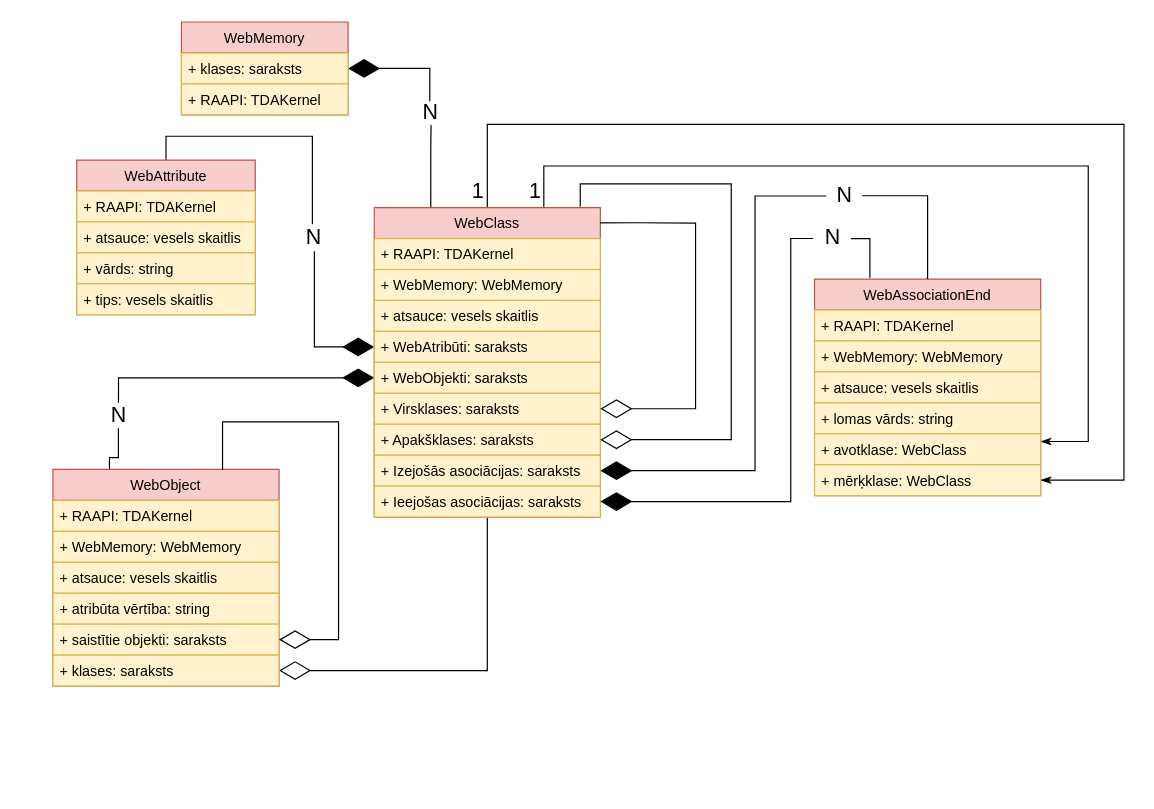
The draw.io diagram page "Datu struktūras" (2 of 10) of src/Kvalifikacijas darbs/Diagrammas/WebMemory.drawio in artiks12/webAppOS, before the edit. Source tidied: cells renumbered, new cells numbered last; positions are measured from the earlier drawing's top-left corner, leaving out a move shared by most shapes. Both pictures are drawn from the tidied source at 119%, with x=0, y=0 at pixel (52, 21).
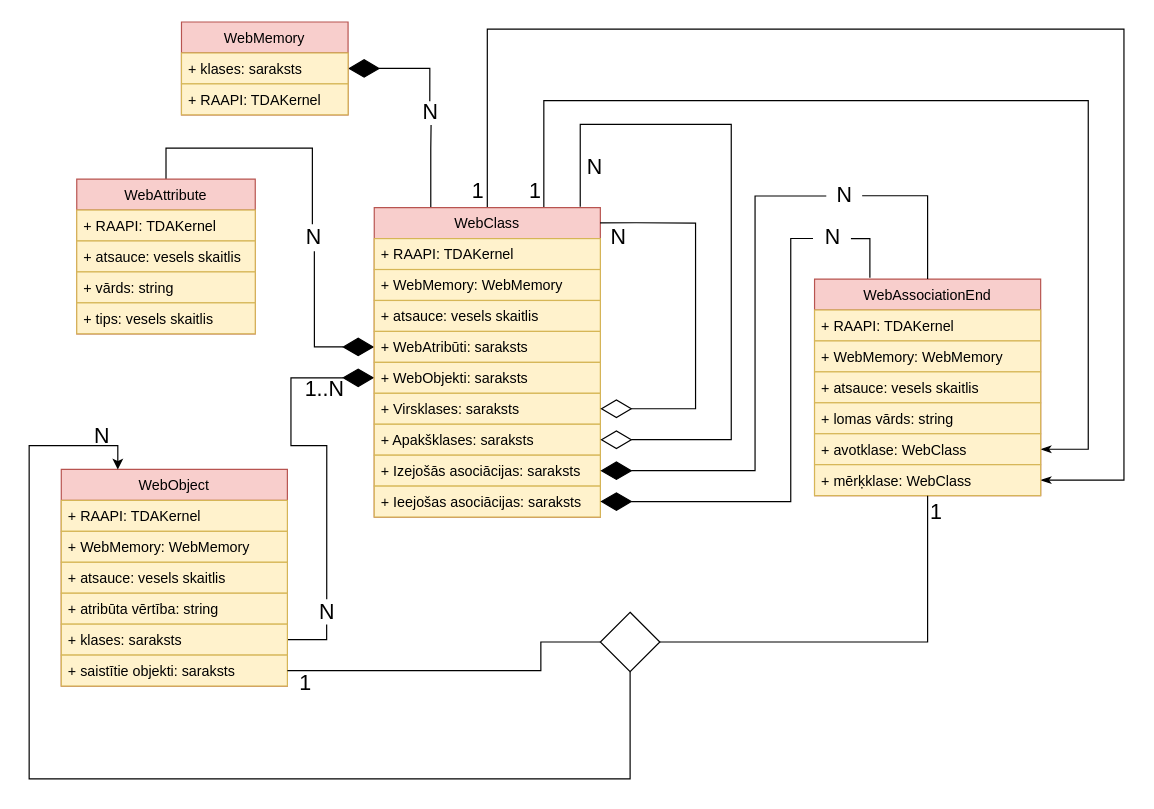
After the change.

Unchanged cells that the change refers to:
```xml
<mxCell id="12" value="&lt;font style=&quot;font-size: 18px&quot;&gt;N&lt;/font&gt;" style="text;html=1;align=center;verticalAlign=middle;points=[];strokeColor=none;fillColor=none;fontSize=12;" parent="1" vertex="1">
  <mxGeometry x="204" y="171" width="30" height="20" as="geometry" />
</mxCell>
<mxCell id="22" value="WebAssociationEnd" style="swimlane;fontStyle=0;horizontal=1;startSize=26;fillColor=#f8cecc;strokeColor=#b85450;" parent="1" vertex="1">
  <mxGeometry x="640" y="216" width="190" height="182" as="geometry" />
</mxCell>
<mxCell id="27" value="+ avotklase: WebClass" style="text;strokeColor=#d6b656;fillColor=#fff2cc;align=left;verticalAlign=top;spacingLeft=4;spacingRight=4;overflow=hidden;points=[[0,0.5],[1,0.5]];portConstraint=eastwest;" parent="22" vertex="1">
  <mxGeometry y="130" width="190" height="26" as="geometry" />
</mxCell>
<mxCell id="28" value="+ mērķklase: WebClass" style="text;strokeColor=#d6b656;fillColor=#fff2cc;align=left;verticalAlign=top;spacingLeft=4;spacingRight=4;overflow=hidden;points=[[0,0.5],[1,0.5]];portConstraint=eastwest;" parent="22" vertex="1">
  <mxGeometry y="156" width="190" height="26" as="geometry" />
</mxCell>
<mxCell id="29" value="WebClass" style="swimlane;fontStyle=0;horizontal=1;startSize=26;fillColor=#f8cecc;strokeColor=#b85450;" parent="1" vertex="1">
  <mxGeometry x="270" y="156" width="190" height="260" as="geometry" />
</mxCell>
<mxCell id="34" value="+ WebObjekti: saraksts" style="text;strokeColor=#d6b656;fillColor=#fff2cc;align=left;verticalAlign=top;spacingLeft=4;spacingRight=4;overflow=hidden;points=[[0,0.5],[1,0.5]];portConstraint=eastwest;" parent="29" vertex="1">
  <mxGeometry y="130" width="190" height="26" as="geometry" />
</mxCell>
<mxCell id="36" value="+ Apakšklases: saraksts" style="text;strokeColor=#d6b656;fillColor=#fff2cc;align=left;verticalAlign=top;spacingLeft=4;spacingRight=4;overflow=hidden;points=[[0,0.5],[1,0.5]];portConstraint=eastwest;" parent="29" vertex="1">
  <mxGeometry y="182" width="190" height="26" as="geometry" />
</mxCell>
```

The edit, as a diff of the source:
```diff
@@
     <mxCell id="4" style="endArrow=diamondThin;endFill=1;endSize=24;html=1;rounded=0;edgeStyle=orthogonalEdgeStyle;entryX=0;entryY=0.5;entryDx=0;entryDy=0;exitX=0.502;exitY=-0.05;exitDx=0;exitDy=0;startArrow=none;exitPerimeter=0;" parent="1" edge="1" source="10" target="34">
       <mxGeometry relative="1" as="geometry">
         <Array as="points">
-          <mxPoint x="55" y="299" />
+          <mxPoint x="230" y="356" />
+          <mxPoint x="200" y="356" />
+          <mxPoint x="200" y="299" />
         </Array>
       </mxGeometry>
     </mxCell>
     <mxCell id="5" style="edgeStyle=orthogonalEdgeStyle;rounded=0;jettySize=auto;html=1;entryX=0.5;entryY=0;entryDx=0;entryDy=0;endArrow=none;endFill=0;exitX=1;exitY=0.5;exitDx=0;exitDy=0;startArrow=classicThin;startFill=1;" parent="1" edge="1" source="28" target="29">
       <mxGeometry relative="1" as="geometry">
         <Array as="points">
           <mxPoint x="900" y="385" />
-          <mxPoint x="900" y="86" />
-          <mxPoint x="365" y="86" />
+          <mxPoint x="900" y="6" />
+          <mxPoint x="365" y="6" />
         </Array>
       </mxGeometry>
     </mxCell>
-    <mxCell id="6" style="edgeStyle=orthogonalEdgeStyle;rounded=0;jettySize=auto;html=1;entryX=0.75;entryY=0;entryDx=0;entryDy=0;startArrow=classicThin;startFill=1;endArrow=none;endFill=0;exitX=1;exitY=0.75;exitDx=0;exitDy=0;" parent="1" edge="1" source="22" target="29">
+    <mxCell id="6" style="edgeStyle=orthogonalEdgeStyle;rounded=0;jettySize=auto;html=1;entryX=0.75;entryY=0;entryDx=0;entryDy=0;startArrow=classicThin;startFill=1;endArrow=none;endFill=0;exitX=1;exitY=0.5;exitDx=0;exitDy=0;" parent="1" edge="1" source="27" target="29">
       <mxGeometry relative="1" as="geometry">
         <Array as="points">
-          <mxPoint x="870" y="353" />
-          <mxPoint x="870" y="121" />
-          <mxPoint x="413" y="121" />
+          <mxPoint x="870" y="359" />
+          <mxPoint x="870" y="66" />
+          <mxPoint x="413" y="66" />
         </Array>
       </mxGeometry>
     </mxCell>
-    <mxCell id="7" style="endArrow=diamondThin;endFill=0;endSize=24;html=1;rounded=0;edgeStyle=orthogonalEdgeStyle;entryX=1;entryY=0.5;entryDx=0;entryDy=0;exitX=0.5;exitY=1;exitDx=0;exitDy=0;" parent="1" edge="1" source="29" target="47">
-      <mxGeometry relative="1" as="geometry">
-        <Array as="points">
-          <mxPoint x="365" y="545" />
-        </Array>
-      </mxGeometry>
-    </mxCell>
@@
     <mxCell id="10" value="&lt;font style=&quot;font-size: 18px&quot;&gt;N&lt;/font&gt;" style="text;html=1;align=center;verticalAlign=middle;points=[];strokeColor=none;fillColor=none;fontSize=12;" parent="1" vertex="1">
-      <mxGeometry x="40" y="321" width="30" height="20" as="geometry" />
+      <mxGeometry x="215" y="486" width="30" height="20" as="geometry" />
     </mxCell>
-    <mxCell id="11" style="endArrow=none;endFill=1;endSize=24;html=1;rounded=0;edgeStyle=orthogonalEdgeStyle;entryX=0.5;entryY=1.014;entryDx=0;entryDy=0;entryPerimeter=0;exitX=0.25;exitY=0;exitDx=0;exitDy=0;" parent="1" edge="1" source="41" target="10">
+    <mxCell id="11" style="endArrow=none;endFill=1;endSize=24;html=1;rounded=0;edgeStyle=orthogonalEdgeStyle;entryX=0.5;entryY=1.014;entryDx=0;entryDy=0;entryPerimeter=0;exitX=1;exitY=0.5;exitDx=0;exitDy=0;" parent="1" edge="1" source="47" target="10">
       <mxGeometry relative="1" as="geometry">
         <Array as="points">
-          <mxPoint x="47" y="366" />
-          <mxPoint x="55" y="366" />
+          <mxPoint x="230" y="519" />
         </Array>
       </mxGeometry>
     </mxCell>
@@
     <mxCell id="13" style="endArrow=none;endFill=1;endSize=24;html=1;rounded=0;edgeStyle=orthogonalEdgeStyle;exitX=0.5;exitY=0;exitDx=0;exitDy=0;entryX=0.467;entryY=-0.053;entryDx=0;entryDy=0;entryPerimeter=0;" parent="1" edge="1" source="17" target="12">
       <mxGeometry relative="1" as="geometry">
         <Array as="points">
-          <mxPoint x="95" y="96" />
-          <mxPoint x="218" y="96" />
+          <mxPoint x="95" y="106" />
+          <mxPoint x="218" y="106" />
         </Array>
       </mxGeometry>
     </mxCell>
@@
     <mxCell id="17" value="WebAttribute" style="swimlane;fontStyle=0;horizontal=1;startSize=26;fillColor=#f8cecc;strokeColor=#b85450;" parent="1" vertex="1">
-      <mxGeometry x="20" y="116" width="150" height="130" as="geometry" />
+      <mxGeometry x="20" y="132" width="150" height="130" as="geometry" />
     </mxCell>
@@
     <mxCell id="39" style="endArrow=diamondThin;endFill=0;endSize=24;html=1;rounded=0;edgeStyle=orthogonalEdgeStyle;entryX=1;entryY=0.5;entryDx=0;entryDy=0;exitX=0.911;exitY=-0.003;exitDx=0;exitDy=0;exitPerimeter=0;" parent="29" edge="1" source="29" target="36">
       <mxGeometry relative="1" as="geometry">
         <Array as="points">
-          <mxPoint x="173" y="-20" />
-          <mxPoint x="300" y="-20" />
+          <mxPoint x="173" y="-70" />
+          <mxPoint x="300" y="-70" />
           <mxPoint x="300" y="195" />
         </Array>
       </mxGeometry>
     </mxCell>
@@
     <mxCell id="41" value="WebObject" style="swimlane;fontStyle=0;horizontal=1;startSize=26;fillColor=#f8cecc;strokeColor=#b85450;" parent="1" vertex="1">
-      <mxGeometry y="376" width="190" height="182" as="geometry" />
+      <mxGeometry x="7" y="376" width="190" height="182" as="geometry" />
     </mxCell>
@@
+    <mxCell id="47" value="+ klases: saraksts" style="text;strokeColor=#d6b656;fillColor=#fff2cc;align=left;verticalAlign=top;spacingLeft=4;spacingRight=4;overflow=hidden;points=[[0,0.5],[1,0.5]];portConstraint=eastwest;" parent="41" vertex="1">
+      <mxGeometry y="130" width="190" height="26" as="geometry" />
+    </mxCell>
     <mxCell id="46" value="+ saistītie objekti: saraksts" style="text;strokeColor=#d6b656;fillColor=#fff2cc;align=left;verticalAlign=top;spacingLeft=4;spacingRight=4;overflow=hidden;points=[[0,0.5],[1,0.5]];portConstraint=eastwest;" parent="41" vertex="1">
-      <mxGeometry y="130" width="190" height="26" as="geometry" />
+      <mxGeometry y="156" width="190" height="26" as="geometry" />
     </mxCell>
-    <mxCell id="47" value="+ klases: saraksts" style="text;strokeColor=#d6b656;fillColor=#fff2cc;align=left;verticalAlign=top;spacingLeft=4;spacingRight=4;overflow=hidden;points=[[0,0.5],[1,0.5]];portConstraint=eastwest;" parent="41" vertex="1">
-      <mxGeometry y="156" width="190" height="26" as="geometry" />
-    </mxCell>
-    <mxCell id="48" style="endArrow=diamondThin;endFill=0;endSize=24;html=1;rounded=0;edgeStyle=orthogonalEdgeStyle;entryX=1;entryY=0.5;entryDx=0;entryDy=0;exitX=0.75;exitY=0;exitDx=0;exitDy=0;" parent="41" edge="1" source="41" target="46">
-      <mxGeometry relative="1" as="geometry">
-        <Array as="points">
-          <mxPoint x="142" y="-40" />
-          <mxPoint x="240" y="-40" />
-          <mxPoint x="240" y="143" />
-        </Array>
-      </mxGeometry>
-    </mxCell>
@@
+    <mxCell id="57" style="edgeStyle=orthogonalEdgeStyle;rounded=0;jettySize=auto;html=1;entryX=0.25;entryY=0;entryDx=0;entryDy=0;endArrow=classic;endFill=1;" parent="1" edge="1" source="58" target="41">
+      <mxGeometry relative="1" as="geometry">
+        <Array as="points">
+          <mxPoint x="485" y="636" />
+          <mxPoint x="-20" y="636" />
+          <mxPoint x="-20" y="356" />
+          <mxPoint x="55" y="356" />
+        </Array>
+      </mxGeometry>
+    </mxCell>
+    <mxCell id="58" style="rhombus;whiteSpace=wrap;html=1;" parent="1" vertex="1">
+      <mxGeometry x="460" y="496" width="50" height="50" as="geometry" />
+    </mxCell>
+    <mxCell id="59" style="endArrow=none;endFill=1;endSize=24;html=1;rounded=0;edgeStyle=orthogonalEdgeStyle;entryX=0;entryY=0.5;entryDx=0;entryDy=0;exitX=1;exitY=0.5;exitDx=0;exitDy=0;" parent="1" edge="1" source="46" target="58">
+      <mxGeometry relative="1" as="geometry">
+        <Array as="points">
+          <mxPoint x="410" y="545" />
+          <mxPoint x="410" y="521" />
+        </Array>
+      </mxGeometry>
+    </mxCell>
+    <mxCell id="60" style="endArrow=none;endFill=1;endSize=24;html=1;rounded=0;edgeStyle=orthogonalEdgeStyle;entryX=0.5;entryY=1;entryDx=0;entryDy=0;exitX=1;exitY=0.5;exitDx=0;exitDy=0;" parent="1" edge="1" source="58" target="22">
+      <mxGeometry relative="1" as="geometry">
+        <Array as="points">
+          <mxPoint x="735" y="521" />
+        </Array>
+      </mxGeometry>
+    </mxCell>
+    <mxCell id="61" value="&lt;font style=&quot;font-size: 18px&quot;&gt;N&lt;/font&gt;" style="text;html=1;align=center;verticalAlign=middle;strokeColor=none;fillColor=none;fontSize=12;" parent="1" vertex="1">
+      <mxGeometry x="26" y="338" width="30" height="20" as="geometry" />
+    </mxCell>
+    <mxCell id="62" value="&lt;font style=&quot;font-size: 18px&quot;&gt;1&lt;/font&gt;" style="text;html=1;align=center;verticalAlign=middle;strokeColor=none;fillColor=none;fontSize=12;" parent="1" vertex="1">
+      <mxGeometry x="197" y="546" width="30" height="20" as="geometry" />
+    </mxCell>
+    <mxCell id="63" value="&lt;font style=&quot;font-size: 18px&quot;&gt;1&lt;/font&gt;" style="text;html=1;align=center;verticalAlign=middle;strokeColor=none;fillColor=none;fontSize=12;" parent="1" vertex="1">
+      <mxGeometry x="727" y="402" width="30" height="20" as="geometry" />
+    </mxCell>
+    <mxCell id="64" value="&lt;font style=&quot;font-size: 18px&quot;&gt;N&lt;/font&gt;" style="text;html=1;align=center;verticalAlign=middle;strokeColor=none;fillColor=none;fontSize=12;" parent="1" vertex="1">
+      <mxGeometry x="440" y="112" width="30" height="20" as="geometry" />
+    </mxCell>
+    <mxCell id="65" value="&lt;font style=&quot;font-size: 18px&quot;&gt;N&lt;/font&gt;" style="text;html=1;align=center;verticalAlign=middle;strokeColor=none;fillColor=none;fontSize=12;" parent="1" vertex="1">
+      <mxGeometry x="460" y="171" width="30" height="20" as="geometry" />
+    </mxCell>
+    <mxCell id="66" value="&lt;font style=&quot;font-size: 18px&quot;&gt;1..N&lt;/font&gt;" style="text;html=1;align=center;verticalAlign=middle;strokeColor=none;fillColor=none;fontSize=12;" parent="1" vertex="1">
+      <mxGeometry x="203" y="299" width="50" height="20" as="geometry" />
+    </mxCell>
```
